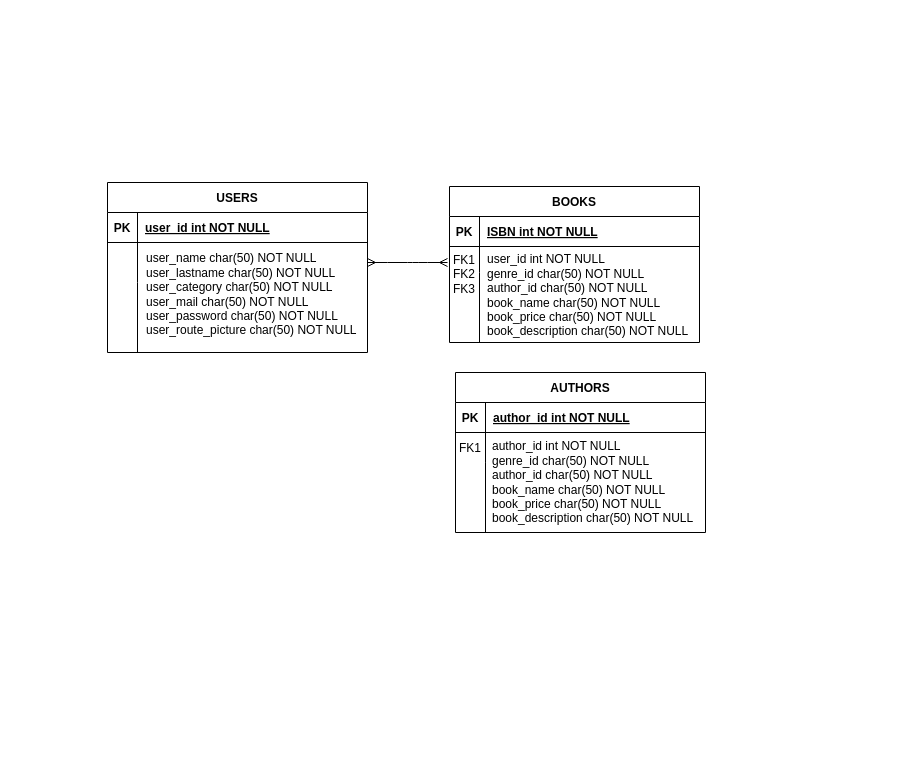
Before: LstandsEntityDiagram.drawio in mariadelrosario98/grupo_7_LSTANDSFORLIBROS, a draw.io diagram. Source tidied: cells renumbered, new cells numbered last; positions are measured from the earlier drawing's top-left corner, leaving out a move shared by most shapes. Both pictures are drawn from the tidied source at 100%, with x=0, y=0 at pixel (107, 182).
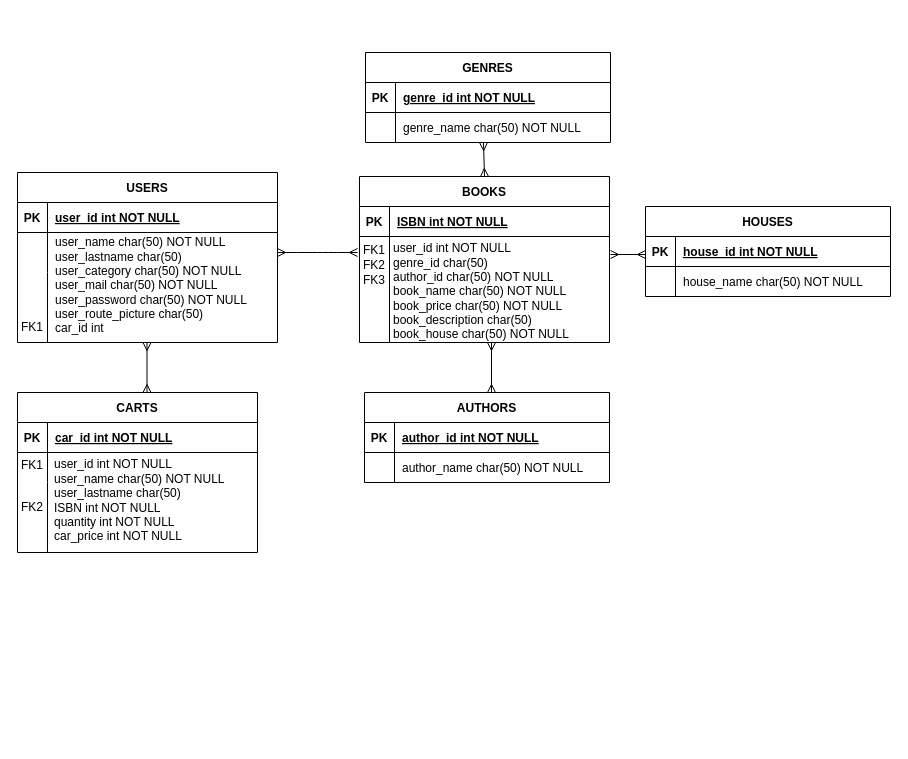
The same diagram, later.

The edit, as a diff of the source:
```diff
@@
     <mxCell id="2" style="edgeStyle=entityRelationEdgeStyle;endArrow=ERmany;startArrow=ERmany;endFill=0;startFill=0;" parent="1" edge="1">
       <mxGeometry relative="1" as="geometry">
-        <mxPoint x="260" y="80" as="sourcePoint" />
-        <mxPoint x="340" y="80" as="targetPoint" />
+        <mxPoint x="170" y="70" as="sourcePoint" />
+        <mxPoint x="250" y="70" as="targetPoint" />
       </mxGeometry>
     </mxCell>
     <mxCell id="3" value="BOOKS" style="shape=table;startSize=30;childLayout=tableLayout;rowLines=0;fontStyle=1;align=center;" parent="1" vertex="1">
-      <mxGeometry x="342" y="4" width="250" height="156" as="geometry" />
+      <mxGeometry x="252" y="-6" width="250" height="166" as="geometry" />
     </mxCell>
@@
-    <mxCell id="10" value="AUTHORS" style="shape=table;startSize=30;childLayout=tableLayout;rowLines=0;fontStyle=1;align=center;" parent="1" vertex="1">
-      <mxGeometry x="348" y="190" width="250" height="160" as="geometry" />
-    </mxCell>
-    <mxCell id="11" style="shape=partialRectangle;fillColor=none;top=0;left=0;right=0;bottom=1;" parent="10" vertex="1">
-      <mxGeometry y="30" width="250" height="30" as="geometry" />
-    </mxCell>
-    <mxCell id="12" value="PK" style="shape=partialRectangle;overflow=hidden;fillColor=none;top=0;left=0;bottom=0;right=0;fontStyle=1;" parent="11" vertex="1">
-      <mxGeometry width="30" height="30" as="geometry" />
-    </mxCell>
-    <mxCell id="13" value="author_id int NOT NULL " style="shape=partialRectangle;overflow=hidden;fillColor=none;top=0;left=0;bottom=0;right=0;align=left;spacingLeft=6;fontStyle=5;" parent="11" vertex="1">
-      <mxGeometry x="30" width="220" height="30" as="geometry" />
-    </mxCell>
-    <mxCell id="14" style="shape=partialRectangle;fillColor=none;top=0;left=0;right=0;bottom=0;" parent="10" vertex="1">
-      <mxGeometry y="60" width="250" height="30" as="geometry" />
-    </mxCell>
-    <mxCell id="15" value="FK1" style="shape=partialRectangle;overflow=hidden;fillColor=none;top=0;left=0;bottom=0;right=0;" parent="14" vertex="1">
-      <mxGeometry width="30" height="30" as="geometry" />
-    </mxCell>
-    <mxCell id="16" style="shape=partialRectangle;overflow=hidden;fillColor=none;top=0;left=0;bottom=0;right=0;align=left;spacingLeft=6;" parent="14" vertex="1">
-      <mxGeometry x="30" width="220" height="30" as="geometry" />
-    </mxCell>
-    <mxCell id="17" style="shape=partialRectangle;fillColor=none;top=0;left=0;right=0;bottom=0;" parent="10" vertex="1">
-      <mxGeometry y="90" width="250" height="30" as="geometry" />
-    </mxCell>
-    <mxCell id="18" style="shape=partialRectangle;overflow=hidden;fillColor=none;top=0;left=0;bottom=0;right=0;" parent="17" vertex="1">
-      <mxGeometry width="30" height="30" as="geometry" />
-    </mxCell>
-    <mxCell id="19" style="shape=partialRectangle;overflow=hidden;fillColor=none;top=0;left=0;bottom=0;right=0;align=left;spacingLeft=6;" parent="17" vertex="1">
-      <mxGeometry x="30" width="220" height="30" as="geometry" />
-    </mxCell>
     <mxCell id="20" value="USERS" style="shape=table;startSize=30;childLayout=tableLayout;rowLines=0;fontStyle=1;align=center;" parent="1" vertex="1">
-      <mxGeometry width="260" height="170" as="geometry" />
+      <mxGeometry x="-90" y="-10" width="260" height="170" as="geometry" />
     </mxCell>
@@
-    <mxCell id="27" value="&lt;div align=&quot;left&quot;&gt;user_name char(50) NOT NULL&lt;/div&gt;&lt;div align=&quot;left&quot;&gt;user_lastname char(50) NOT NULL&lt;/div&gt;&lt;div align=&quot;left&quot;&gt;user_category char(50) NOT NULL&lt;/div&gt;&lt;div align=&quot;left&quot;&gt;user_mail char(50) NOT NULL&lt;/div&gt;&lt;div align=&quot;left&quot;&gt;user_password char(50) NOT NULL&lt;/div&gt;&lt;div align=&quot;left&quot;&gt;user_route_picture char(50) NOT NULL&lt;/div&gt;" style="text;html=1;strokeColor=none;fillColor=none;align=left;verticalAlign=middle;whiteSpace=wrap;rounded=0;" parent="1" vertex="1">
-      <mxGeometry x="37" y="62" width="220" height="100" as="geometry" />
+    <mxCell id="27" value="&lt;div align=&quot;left&quot;&gt;user_name char(50) NOT NULL&lt;/div&gt;&lt;div align=&quot;left&quot;&gt;user_lastname char(50)&lt;br&gt;&lt;/div&gt;&lt;div align=&quot;left&quot;&gt;user_category char(50) NOT NULL&lt;/div&gt;&lt;div align=&quot;left&quot;&gt;user_mail char(50) NOT NULL&lt;/div&gt;&lt;div align=&quot;left&quot;&gt;user_password char(50) NOT NULL&lt;/div&gt;&lt;div align=&quot;left&quot;&gt;user_route_picture char(50) &lt;br&gt;&lt;/div&gt;&lt;div align=&quot;left&quot;&gt;car_id int&lt;br&gt;&lt;/div&gt;" style="text;html=1;strokeColor=none;fillColor=none;align=left;verticalAlign=middle;whiteSpace=wrap;rounded=0;" parent="1" vertex="1">
+      <mxGeometry x="-54" y="53" width="220" height="100" as="geometry" />
     </mxCell>
     <mxCell id="28" style="endArrow=none;html=1;rounded=0;" parent="1" edge="1">
       <mxGeometry relative="1" as="geometry">
-        <mxPoint x="30" y="170" as="sourcePoint" />
-        <mxPoint x="30" y="100" as="targetPoint" />
+        <mxPoint x="-60" y="160" as="sourcePoint" />
+        <mxPoint x="-60" y="90" as="targetPoint" />
       </mxGeometry>
     </mxCell>
-    <mxCell id="29" value="&lt;div align=&quot;left&quot;&gt;&lt;font style=&quot;font-size: 12px&quot;&gt;user_id int NOT NULL&lt;/font&gt;&lt;/div&gt;&lt;div align=&quot;left&quot;&gt;&lt;font style=&quot;font-size: 12px&quot;&gt;genre_id char(50) NOT NULL&lt;/font&gt;&lt;/div&gt;&lt;div align=&quot;left&quot;&gt;&lt;font style=&quot;font-size: 12px&quot;&gt;author_id char(50) NOT NULL&lt;/font&gt;&lt;/div&gt;&lt;div align=&quot;left&quot;&gt;&lt;font style=&quot;font-size: 12px&quot;&gt;book_name char(50) NOT NULL&lt;/font&gt;&lt;/div&gt;&lt;div align=&quot;left&quot;&gt;&lt;font style=&quot;font-size: 12px&quot;&gt;book_price char(50) NOT NULL&lt;/font&gt;&lt;/div&gt;&lt;div align=&quot;left&quot;&gt;&lt;font style=&quot;font-size: 12px&quot;&gt;book_description char(50) NOT NULL&lt;/font&gt;&lt;/div&gt;" style="text;html=1;strokeColor=none;fillColor=none;align=left;verticalAlign=middle;whiteSpace=wrap;rounded=0;" parent="1" vertex="1">
-      <mxGeometry x="378" y="63" width="220" height="100" as="geometry" />
+    <mxCell id="29" value="&lt;div align=&quot;left&quot;&gt;&lt;font style=&quot;font-size: 12px&quot;&gt;user_id int NOT NULL&lt;/font&gt;&lt;/div&gt;&lt;div align=&quot;left&quot;&gt;&lt;font style=&quot;font-size: 12px&quot;&gt;genre_id char(50)&lt;br&gt;&lt;/font&gt;&lt;/div&gt;&lt;div align=&quot;left&quot;&gt;&lt;font style=&quot;font-size: 12px&quot;&gt;author_id char(50) NOT NULL&lt;/font&gt;&lt;/div&gt;&lt;div align=&quot;left&quot;&gt;&lt;font style=&quot;font-size: 12px&quot;&gt;book_name char(50) NOT NULL&lt;/font&gt;&lt;/div&gt;&lt;div align=&quot;left&quot;&gt;&lt;font style=&quot;font-size: 12px&quot;&gt;book_price char(50) NOT NULL&lt;/font&gt;&lt;/div&gt;&lt;div align=&quot;left&quot;&gt;&lt;font style=&quot;font-size: 12px&quot;&gt;book_description char(50) &lt;br&gt;&lt;/font&gt;&lt;/div&gt;&lt;div align=&quot;left&quot;&gt;&lt;font style=&quot;font-size: 12px&quot;&gt;book_house char(50) NOT NULL&lt;br&gt;&lt;/font&gt;&lt;/div&gt;" style="text;html=1;strokeColor=none;fillColor=none;align=left;verticalAlign=middle;whiteSpace=wrap;rounded=0;" parent="1" vertex="1">
+      <mxGeometry x="284" y="55" width="220" height="107" as="geometry" />
     </mxCell>
     <mxCell id="30" value="FK2" style="shape=partialRectangle;overflow=hidden;fillColor=none;top=0;left=0;bottom=0;right=0;" parent="1" vertex="1">
-      <mxGeometry x="342" y="76" width="30" height="30" as="geometry" />
+      <mxGeometry x="252" y="67" width="30" height="30" as="geometry" />
     </mxCell>
     <mxCell id="31" value="FK3" style="shape=partialRectangle;overflow=hidden;fillColor=none;top=0;left=0;bottom=0;right=0;" parent="1" vertex="1">
-      <mxGeometry x="342" y="91" width="30" height="30" as="geometry" />
+      <mxGeometry x="252" y="82" width="30" height="30" as="geometry" />
     </mxCell>
     <mxCell id="32" style="endArrow=none;html=1;rounded=0;" parent="1" edge="1">
       <mxGeometry relative="1" as="geometry">
-        <mxPoint x="372" y="160" as="sourcePoint" />
-        <mxPoint x="372" y="90" as="targetPoint" />
+        <mxPoint x="282" y="160" as="sourcePoint" />
+        <mxPoint x="282" y="70" as="targetPoint" />
       </mxGeometry>
     </mxCell>
-    <mxCell id="33" value="&lt;div align=&quot;left&quot;&gt;&lt;font style=&quot;font-size: 12px&quot;&gt;author_id int NOT NULL&lt;/font&gt;&lt;/div&gt;&lt;div align=&quot;left&quot;&gt;&lt;font style=&quot;font-size: 12px&quot;&gt;genre_id char(50) NOT NULL&lt;/font&gt;&lt;/div&gt;&lt;div align=&quot;left&quot;&gt;&lt;font style=&quot;font-size: 12px&quot;&gt;author_id char(50) NOT NULL&lt;/font&gt;&lt;/div&gt;&lt;div align=&quot;left&quot;&gt;&lt;font style=&quot;font-size: 12px&quot;&gt;book_name char(50) NOT NULL&lt;/font&gt;&lt;/div&gt;&lt;div align=&quot;left&quot;&gt;&lt;font style=&quot;font-size: 12px&quot;&gt;book_price char(50) NOT NULL&lt;/font&gt;&lt;/div&gt;&lt;div align=&quot;left&quot;&gt;&lt;font style=&quot;font-size: 12px&quot;&gt;book_description char(50) NOT NULL&lt;/font&gt;&lt;/div&gt;" style="text;html=1;strokeColor=none;fillColor=none;align=left;verticalAlign=middle;whiteSpace=wrap;rounded=0;" parent="1" vertex="1">
-      <mxGeometry x="383" y="250" width="220" height="100" as="geometry" />
-    </mxCell>
-    <mxCell id="34" style="endArrow=none;html=1;rounded=0;" parent="1" edge="1">
-      <mxGeometry relative="1" as="geometry">
-        <mxPoint x="378" y="350" as="sourcePoint" />
-        <mxPoint x="378" y="280" as="targetPoint" />
-      </mxGeometry>
-    </mxCell>
+    <mxCell id="35" style="group;" parent="1" vertex="1">
+      <mxGeometry x="262" y="220" width="338" height="340" as="geometry" />
+    </mxCell>
+    <mxCell id="10" value="AUTHORS" style="shape=table;startSize=30;childLayout=tableLayout;rowLines=0;fontStyle=1;align=center;" parent="35" vertex="1">
+      <mxGeometry x="-5" y="-10" width="245" height="90" as="geometry" />
+    </mxCell>
+    <mxCell id="11" style="shape=partialRectangle;fillColor=none;top=0;left=0;right=0;bottom=1;" parent="10" vertex="1">
+      <mxGeometry y="30" width="245" height="30" as="geometry" />
+    </mxCell>
+    <mxCell id="12" value="PK" style="shape=partialRectangle;overflow=hidden;fillColor=none;top=0;left=0;bottom=0;right=0;fontStyle=1;" parent="11" vertex="1">
+      <mxGeometry width="30" height="30" as="geometry" />
+    </mxCell>
+    <mxCell id="13" value="author_id int NOT NULL " style="shape=partialRectangle;overflow=hidden;fillColor=none;top=0;left=0;bottom=0;right=0;align=left;spacingLeft=6;fontStyle=5;" parent="11" vertex="1">
+      <mxGeometry x="30" width="215" height="30" as="geometry" />
+    </mxCell>
+    <mxCell id="14" style="shape=partialRectangle;fillColor=none;top=0;left=0;right=0;bottom=0;" parent="10" vertex="1">
+      <mxGeometry y="60" width="245" height="30" as="geometry" />
+    </mxCell>
+    <mxCell id="15" style="shape=partialRectangle;overflow=hidden;fillColor=none;top=0;left=0;bottom=0;right=0;" parent="14" vertex="1">
+      <mxGeometry width="30" height="30" as="geometry" />
+    </mxCell>
+    <mxCell id="16" value="author_name char(50) NOT NULL" style="shape=partialRectangle;overflow=hidden;fillColor=none;top=0;left=0;bottom=0;right=0;align=left;spacingLeft=6;" parent="14" vertex="1">
+      <mxGeometry x="30" width="215" height="30" as="geometry" />
+    </mxCell>
+    <mxCell id="36" style="endArrow=ERmany;html=1;rounded=0;startArrow=ERmany;startFill=0;endFill=0;" parent="1" edge="1">
+      <mxGeometry relative="1" as="geometry">
+        <mxPoint x="384" y="210" as="sourcePoint" />
+        <mxPoint x="384" y="160" as="targetPoint" />
+      </mxGeometry>
+    </mxCell>
+    <mxCell id="37" style="group;" parent="1" vertex="1">
+      <mxGeometry x="266" y="-165" width="335" height="210" as="geometry" />
+    </mxCell>
+    <mxCell id="38" value="GENRES" style="shape=table;startSize=30;childLayout=tableLayout;rowLines=0;fontStyle=1;align=center;" parent="37" vertex="1">
+      <mxGeometry x="-8" y="35" width="245" height="90" as="geometry" />
+    </mxCell>
+    <mxCell id="39" style="shape=partialRectangle;fillColor=none;top=0;left=0;right=0;bottom=1;" parent="38" vertex="1">
+      <mxGeometry y="30" width="245" height="30" as="geometry" />
+    </mxCell>
+    <mxCell id="40" value="PK" style="shape=partialRectangle;overflow=hidden;fillColor=none;top=0;left=0;bottom=0;right=0;fontStyle=1;" parent="39" vertex="1">
+      <mxGeometry width="30" height="30" as="geometry" />
+    </mxCell>
+    <mxCell id="41" value="genre_id int NOT NULL " style="shape=partialRectangle;overflow=hidden;fillColor=none;top=0;left=0;bottom=0;right=0;align=left;spacingLeft=6;fontStyle=5;" parent="39" vertex="1">
+      <mxGeometry x="30" width="215" height="30" as="geometry" />
+    </mxCell>
+    <mxCell id="42" style="shape=partialRectangle;fillColor=none;top=0;left=0;right=0;bottom=0;" parent="38" vertex="1">
+      <mxGeometry y="60" width="245" height="30" as="geometry" />
+    </mxCell>
+    <mxCell id="43" style="shape=partialRectangle;overflow=hidden;fillColor=none;top=0;left=0;bottom=0;right=0;" parent="42" vertex="1">
+      <mxGeometry width="30" height="30" as="geometry" />
+    </mxCell>
+    <mxCell id="44" value="genre_name char(50) NOT NULL" style="shape=partialRectangle;overflow=hidden;fillColor=none;top=0;left=0;bottom=0;right=0;align=left;spacingLeft=6;" parent="42" vertex="1">
+      <mxGeometry x="30" width="215" height="30" as="geometry" />
+    </mxCell>
+    <mxCell id="45" style="endArrow=ERmany;html=1;rounded=0;startArrow=ERmany;startFill=0;endFill=0;exitX=0.5;exitY=0;exitDx=0;exitDy=0;" parent="37" edge="1" source="3">
+      <mxGeometry relative="1" as="geometry">
+        <mxPoint x="110" y="125" as="targetPoint" />
+      </mxGeometry>
+    </mxCell>
+    <mxCell id="46" value="HOUSES" style="shape=table;startSize=30;childLayout=tableLayout;rowLines=0;fontStyle=1;align=center;" parent="1" vertex="1">
+      <mxGeometry x="538" y="24" width="245" height="90" as="geometry" />
+    </mxCell>
+    <mxCell id="47" style="shape=partialRectangle;fillColor=none;top=0;left=0;right=0;bottom=1;" parent="46" vertex="1">
+      <mxGeometry y="30" width="245" height="30" as="geometry" />
+    </mxCell>
+    <mxCell id="48" value="PK" style="shape=partialRectangle;overflow=hidden;fillColor=none;top=0;left=0;bottom=0;right=0;fontStyle=1;" parent="47" vertex="1">
+      <mxGeometry width="30" height="30" as="geometry" />
+    </mxCell>
+    <mxCell id="49" value="house_id int NOT NULL " style="shape=partialRectangle;overflow=hidden;fillColor=none;top=0;left=0;bottom=0;right=0;align=left;spacingLeft=6;fontStyle=5;" parent="47" vertex="1">
+      <mxGeometry x="30" width="215" height="30" as="geometry" />
+    </mxCell>
+    <mxCell id="50" style="shape=partialRectangle;fillColor=none;top=0;left=0;right=0;bottom=0;" parent="46" vertex="1">
+      <mxGeometry y="60" width="245" height="30" as="geometry" />
+    </mxCell>
+    <mxCell id="51" style="shape=partialRectangle;overflow=hidden;fillColor=none;top=0;left=0;bottom=0;right=0;" parent="50" vertex="1">
+      <mxGeometry width="30" height="30" as="geometry" />
+    </mxCell>
+    <mxCell id="52" value="house_name char(50) NOT NULL" style="shape=partialRectangle;overflow=hidden;fillColor=none;top=0;left=0;bottom=0;right=0;align=left;spacingLeft=6;" parent="50" vertex="1">
+      <mxGeometry x="30" width="215" height="30" as="geometry" />
+    </mxCell>
+    <mxCell id="53" style="endArrow=ERmany;html=1;rounded=0;startArrow=ERmany;startFill=0;endFill=0;entryX=0;entryY=0.5;entryDx=0;entryDy=0;exitX=1;exitY=0.112;exitDx=0;exitDy=0;exitPerimeter=0;" parent="1" edge="1">
+      <mxGeometry relative="1" as="geometry">
+        <mxPoint x="503" y="72" as="sourcePoint" />
+        <mxPoint x="538" y="72" as="targetPoint" />
+      </mxGeometry>
+    </mxCell>
+    <mxCell id="54" value="CARTS" style="shape=table;startSize=30;childLayout=tableLayout;rowLines=0;fontStyle=1;align=center;" parent="1" vertex="1">
+      <mxGeometry x="-90" y="210" width="240" height="160" as="geometry" />
+    </mxCell>
+    <mxCell id="55" style="shape=partialRectangle;fillColor=none;top=0;left=0;right=0;bottom=1;" parent="54" vertex="1">
+      <mxGeometry y="30" width="240" height="30" as="geometry" />
+    </mxCell>
+    <mxCell id="56" value="PK" style="shape=partialRectangle;overflow=hidden;fillColor=none;top=0;left=0;bottom=0;right=0;fontStyle=1;" parent="55" vertex="1">
+      <mxGeometry width="30" height="30" as="geometry" />
+    </mxCell>
+    <mxCell id="57" value="car_id int NOT NULL " style="shape=partialRectangle;overflow=hidden;fillColor=none;top=0;left=0;bottom=0;right=0;align=left;spacingLeft=6;fontStyle=5;" parent="55" vertex="1">
+      <mxGeometry x="30" width="210" height="30" as="geometry" />
+    </mxCell>
+    <mxCell id="58" style="shape=partialRectangle;fillColor=none;top=0;left=0;right=0;bottom=0;" parent="54" vertex="1">
+      <mxGeometry y="60" width="240" height="30" as="geometry" />
+    </mxCell>
+    <mxCell id="59" style="shape=partialRectangle;overflow=hidden;fillColor=none;top=0;left=0;bottom=0;right=0;" parent="58" vertex="1">
+      <mxGeometry width="30" height="30" as="geometry" />
+    </mxCell>
+    <mxCell id="60" value="&#10;" style="shape=partialRectangle;overflow=hidden;fillColor=none;top=0;left=0;bottom=0;right=0;align=left;spacingLeft=6;" parent="58" vertex="1">
+      <mxGeometry x="30" width="210" height="30" as="geometry" />
+    </mxCell>
+    <mxCell id="61" style="endArrow=none;html=1;rounded=0;" parent="1" edge="1">
+      <mxGeometry relative="1" as="geometry">
+        <mxPoint x="-60" y="370" as="sourcePoint" />
+        <mxPoint x="-60" y="300" as="targetPoint" />
+      </mxGeometry>
+    </mxCell>
+    <mxCell id="62" value="&lt;div&gt;user_id int NOT NULL&lt;br&gt;&lt;/div&gt;&lt;div&gt;user_name char(50) NOT NULL&lt;/div&gt;user_lastname char(50)&lt;br&gt;&lt;div&gt;ISBN int NOT NULL&lt;/div&gt;&lt;div&gt;quantity int NOT NULL&lt;/div&gt;&lt;div&gt;car_price int NOT NULL&lt;br&gt;&lt;/div&gt;" style="text;html=1;strokeColor=none;fillColor=none;align=left;verticalAlign=middle;whiteSpace=wrap;rounded=0;" parent="1" vertex="1">
+      <mxGeometry x="-55" y="303" width="202" height="30" as="geometry" />
+    </mxCell>
+    <mxCell id="63" value="FK1" style="shape=partialRectangle;overflow=hidden;fillColor=none;top=0;left=0;bottom=0;right=0;" parent="1" vertex="1">
+      <mxGeometry x="-90" y="267" width="30" height="30" as="geometry" />
+    </mxCell>
+    <mxCell id="64" value="FK2" style="shape=partialRectangle;overflow=hidden;fillColor=none;top=0;left=0;bottom=0;right=0;" parent="1" vertex="1">
+      <mxGeometry x="-90" y="309" width="30" height="30" as="geometry" />
+    </mxCell>
+    <mxCell id="65" value="FK1" style="shape=partialRectangle;overflow=hidden;fillColor=none;top=0;left=0;bottom=0;right=0;" parent="1" vertex="1">
+      <mxGeometry x="-90" y="129" width="30" height="30" as="geometry" />
+    </mxCell>
+    <mxCell id="66" style="endArrow=ERmany;html=1;rounded=0;startArrow=ERmany;startFill=0;endFill=0;" parent="1" edge="1">
+      <mxGeometry relative="1" as="geometry">
+        <mxPoint x="39.5" y="210" as="sourcePoint" />
+        <mxPoint x="39.5" y="160" as="targetPoint" />
+      </mxGeometry>
+    </mxCell>
```
